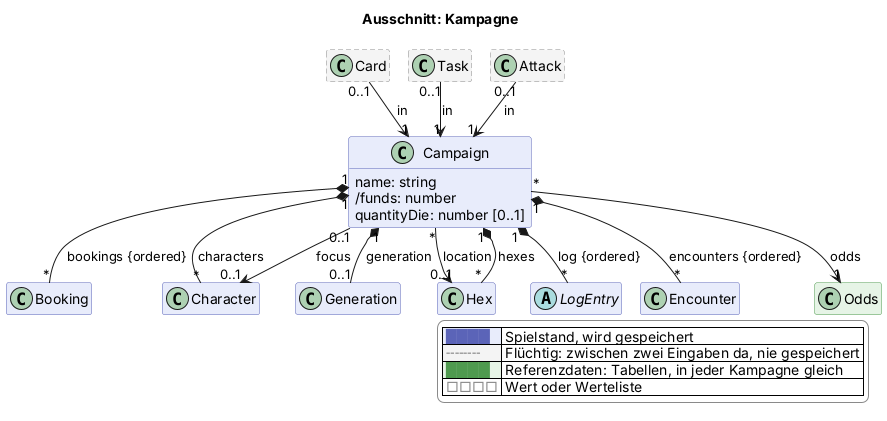
This is docs/views/kampagne.png from scuzzar/SRE, a PlantUML export, as it was before one commit.
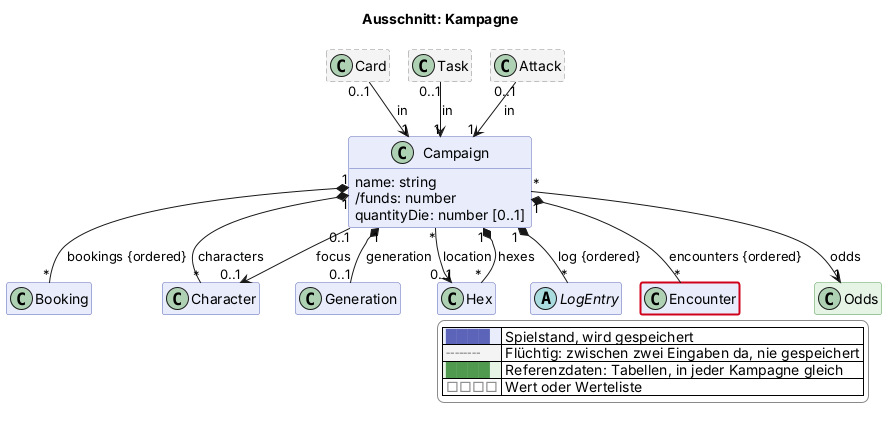
The same diagram one commit later.

What changed in the source:
```diff
@@ -111,4 +111,5 @@
   |<#e6f4e6> <color:#4f9a4f>████</color> | Referenzdaten: Tabellen, in jeder Kampagne gleich |
   |<#ffffff> <color:#8a8a8a>□□□□</color> | Wert oder Werteliste |
 endlegend
+class Encounter #line:d0021b;line.bold
 @enduml
```
